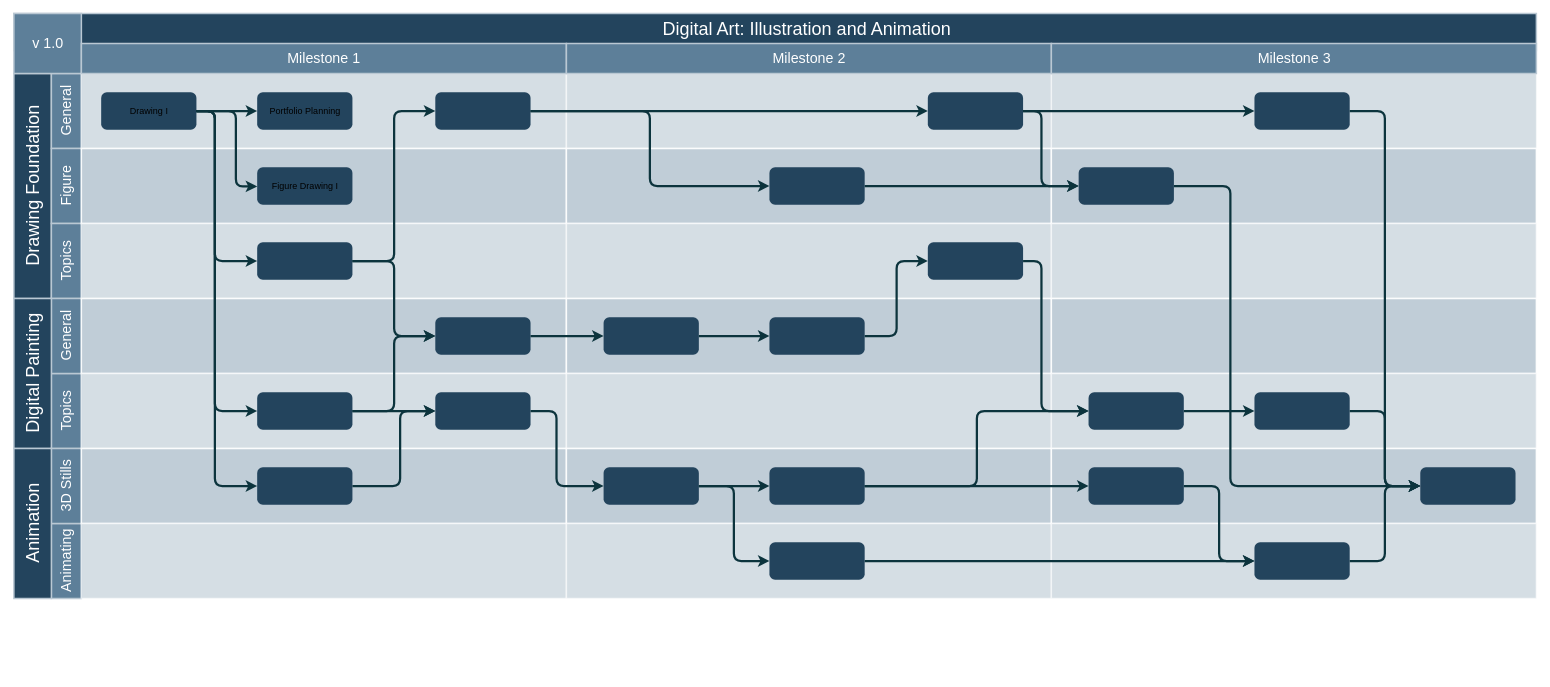
Earlier version of the draw.io diagram studies/Experiment.drawio (MasqueradeOfSilence/MasqueradeOfSilence). Source tidied: cells renumbered, new cells numbered last; positions are measured from the earlier drawing's top-left corner, leaving out a move shared by most shapes. Both pictures are drawn from the tidied source at 75%, with x=0, y=0 at pixel (14, 13).
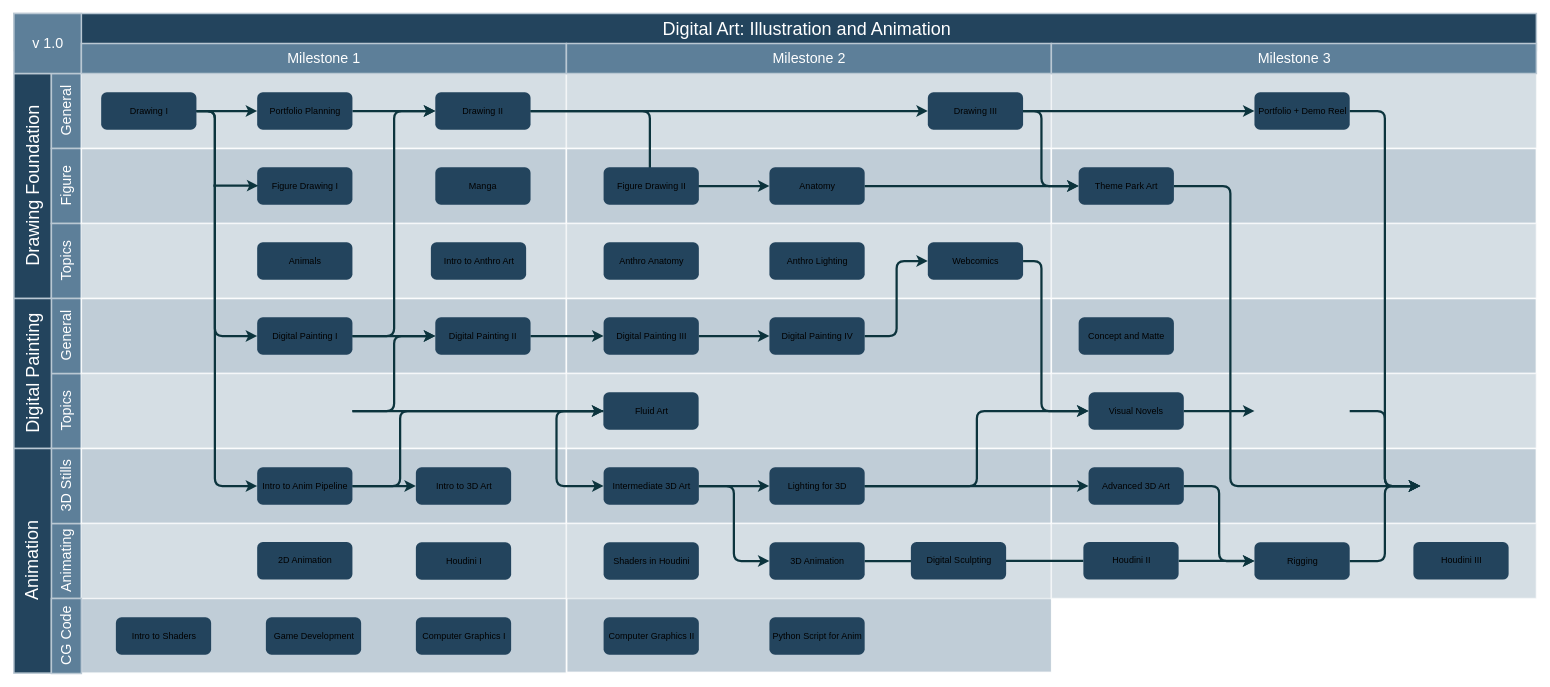
Above is the later version.

Unchanged cells that the change refers to:
```xml
<mxCell id="37" value="Drawing I" style="rounded=1;fillColor=#23445D;strokeColor=none;strokeWidth=2;fontFamily=Helvetica;html=1;gradientColor=none;" parent="1" vertex="1">
  <mxGeometry x="116.4" y="105.5" width="127" height="50" as="geometry" />
</mxCell>
<mxCell id="91" value="Portfolio Planning" style="rounded=1;fillColor=#23445D;strokeColor=none;strokeWidth=2;fontFamily=Helvetica;html=1;gradientColor=none;" parent="1" vertex="1">
  <mxGeometry x="324.4" y="105.5" width="127" height="50" as="geometry" />
</mxCell>
<mxCell id="92" value="Figure Drawing I" style="rounded=1;fillColor=#23445D;strokeColor=none;strokeWidth=2;fontFamily=Helvetica;html=1;gradientColor=none;" parent="1" vertex="1">
  <mxGeometry x="324.4" y="205.5" width="127" height="50" as="geometry" />
</mxCell>
```

Diff of the diagram source:
```diff
@@
+    <mxCell id="94" style="strokeColor=#FFFFFF;fillColor=#BAC8D3;fontSize=18;strokeWidth=2;fontFamily=Helvetica;html=1;opacity=90;" parent="1" vertex="1">
+      <mxGeometry x="737" y="779" width="646.7" height="100" as="geometry" />
+    </mxCell>
+    <mxCell id="95" style="strokeColor=#FFFFFF;fillColor=#BAC8D3;fontSize=18;strokeWidth=2;fontFamily=Helvetica;html=1;opacity=90;" parent="1" vertex="1">
+      <mxGeometry x="90" y="780" width="646.7" height="100" as="geometry" />
+    </mxCell>
@@
     <mxCell id="13" value="Animation" style="strokeColor=#BAC8D3;fillColor=#23445D;fontSize=24;strokeWidth=2;horizontal=0;fontFamily=Helvetica;html=1;fontColor=#FFFFFF;fontStyle=0;" parent="1" vertex="1">
-      <mxGeometry y="580.5" width="50" height="200" as="geometry" />
+      <mxGeometry y="580.5" width="50" height="299.5" as="geometry" />
     </mxCell>
@@
     <mxCell id="35" style="edgeStyle=orthogonalEdgeStyle;rounded=1;jumpStyle=none;html=1;exitX=1;exitY=0.5;entryX=0;entryY=0.5;labelBackgroundColor=#ffffff;startArrow=none;startFill=0;endArrow=classic;jettySize=auto;strokeColor=#0C343D;strokeWidth=3;fontFamily=Helvetica;fontSize=11;fontColor=#000000;" parent="1" edge="1" source="37" target="39">
       <mxGeometry relative="1" as="geometry">
         <Array as="points">
-          <mxPoint x="268" y="130.5" />
-          <mxPoint x="268" y="330.5" />
+          <mxPoint x="268" y="131" />
+          <mxPoint x="268" y="431" />
         </Array>
       </mxGeometry>
     </mxCell>
@@
-    <mxCell id="38" style="rounded=1;fillColor=#23445D;strokeColor=none;strokeWidth=2;fontFamily=Helvetica;html=1;gradientColor=none;" parent="1" vertex="1">
+    <mxCell id="38" value="Drawing II" style="rounded=1;fillColor=#23445D;strokeColor=none;strokeWidth=2;fontFamily=Helvetica;html=1;gradientColor=none;" parent="1" vertex="1">
       <mxGeometry x="561.9" y="105.5" width="127" height="50" as="geometry" />
     </mxCell>
-    <mxCell id="39" style="rounded=1;fillColor=#23445D;strokeColor=none;strokeWidth=2;fontFamily=Helvetica;html=1;gradientColor=none;" parent="1" vertex="1">
-      <mxGeometry x="324.4" y="305.5" width="127" height="50" as="geometry" />
+    <mxCell id="39" value="Digital Painting I" style="rounded=1;fillColor=#23445D;strokeColor=none;strokeWidth=2;fontFamily=Helvetica;html=1;gradientColor=none;" parent="1" vertex="1">
+      <mxGeometry x="324.4" y="405.5" width="127" height="50" as="geometry" />
     </mxCell>
-    <mxCell id="40" style="rounded=1;fillColor=#23445D;strokeColor=none;strokeWidth=2;fontFamily=Helvetica;html=1;gradientColor=none;" parent="1" vertex="1">
+    <mxCell id="40" value="Digital Painting II" style="rounded=1;fillColor=#23445D;strokeColor=none;strokeWidth=2;fontFamily=Helvetica;html=1;gradientColor=none;" parent="1" vertex="1">
       <mxGeometry x="561.9" y="405.5" width="127" height="50" as="geometry" />
     </mxCell>
-    <mxCell id="41" style="rounded=1;fillColor=#23445D;strokeColor=none;strokeWidth=2;fontFamily=Helvetica;html=1;gradientColor=none;" parent="1" vertex="1">
-      <mxGeometry x="561.9" y="505.5" width="127" height="50" as="geometry" />
+    <mxCell id="41" value="Fluid Art" style="rounded=1;fillColor=#23445D;strokeColor=none;strokeWidth=2;fontFamily=Helvetica;html=1;gradientColor=none;" parent="1" vertex="1">
+      <mxGeometry x="786" y="505.5" width="127" height="50" as="geometry" />
     </mxCell>
+    <mxCell id="96" style="edgeStyle=orthogonalEdgeStyle;rounded=0;jettySize=auto;html=1;entryX=0;entryY=0.5;entryDx=0;entryDy=0;strokeWidth=3;strokeColor=#0C343D;" parent="1" edge="1" source="42" target="100">
+      <mxGeometry relative="1" as="geometry" />
+    </mxCell>
-    <mxCell id="42" style="rounded=1;fillColor=#23445D;strokeColor=none;strokeWidth=2;fontFamily=Helvetica;html=1;gradientColor=none;" parent="1" vertex="1">
+    <mxCell id="42" value="Intro to Anim Pipeline" style="rounded=1;fillColor=#23445D;strokeColor=none;strokeWidth=2;fontFamily=Helvetica;html=1;gradientColor=none;" parent="1" vertex="1">
       <mxGeometry x="324.4" y="605.5" width="127" height="50" as="geometry" />
     </mxCell>
-    <mxCell id="43" style="rounded=1;fillColor=#23445D;strokeColor=none;strokeWidth=2;fontFamily=Helvetica;html=1;gradientColor=none;" parent="1" vertex="1">
-      <mxGeometry x="324.4" y="505.5" width="127" height="50" as="geometry" />
-    </mxCell>
-    <mxCell id="44" style="rounded=1;fillColor=#23445D;strokeColor=none;strokeWidth=2;fontFamily=Helvetica;html=1;gradientColor=none;" parent="1" vertex="1">
+    <mxCell id="44" value="Anatomy" style="rounded=1;fillColor=#23445D;strokeColor=none;strokeWidth=2;fontFamily=Helvetica;html=1;gradientColor=none;" parent="1" vertex="1">
       <mxGeometry x="1007.4" y="205.5" width="127" height="50" as="geometry" />
     </mxCell>
-    <mxCell id="45" style="rounded=1;fillColor=#23445D;strokeColor=none;strokeWidth=2;fontFamily=Helvetica;html=1;gradientColor=none;" parent="1" vertex="1">
+    <mxCell id="45" value="Drawing III" style="rounded=1;fillColor=#23445D;strokeColor=none;strokeWidth=2;fontFamily=Helvetica;html=1;gradientColor=none;" parent="1" vertex="1">
       <mxGeometry x="1218.6" y="105.5" width="127" height="50" as="geometry" />
     </mxCell>
-    <mxCell id="46" style="rounded=1;fillColor=#23445D;strokeColor=none;strokeWidth=2;gradientColor=none;fontFamily=Helvetica;html=1;" parent="1" vertex="1">
-      <mxGeometry x="1875.2" y="605.5" width="127" height="50" as="geometry" />
-    </mxCell>
-    <mxCell id="47" style="rounded=1;fillColor=#23445D;strokeColor=none;strokeWidth=2;fontFamily=Helvetica;html=1;gradientColor=none;" parent="1" vertex="1">
+    <mxCell id="47" value="Digital Painting IV" style="rounded=1;fillColor=#23445D;strokeColor=none;strokeWidth=2;fontFamily=Helvetica;html=1;gradientColor=none;" parent="1" vertex="1">
       <mxGeometry x="1007.4" y="405.5" width="127" height="50" as="geometry" />
     </mxCell>
-    <mxCell id="48" style="rounded=1;fillColor=#23445D;strokeColor=none;strokeWidth=2;fontFamily=Helvetica;html=1;gradientColor=none;" parent="1" vertex="1">
+    <mxCell id="48" value="3D Animation" style="rounded=1;fillColor=#23445D;strokeColor=none;strokeWidth=2;fontFamily=Helvetica;html=1;gradientColor=none;" parent="1" vertex="1">
       <mxGeometry x="1007.4" y="705.5" width="127" height="50" as="geometry" />
     </mxCell>
-    <mxCell id="49" style="rounded=1;fillColor=#23445D;strokeColor=none;strokeWidth=2;fontFamily=Helvetica;html=1;gradientColor=none;" parent="1" vertex="1">
+    <mxCell id="49" value="Intermediate 3D Art" style="rounded=1;fillColor=#23445D;strokeColor=none;strokeWidth=2;fontFamily=Helvetica;html=1;gradientColor=none;" parent="1" vertex="1">
       <mxGeometry x="786.3" y="605.5" width="127" height="50" as="geometry" />
     </mxCell>
-    <mxCell id="50" style="rounded=1;fillColor=#23445D;strokeColor=none;strokeWidth=2;fontFamily=Helvetica;html=1;gradientColor=none;" parent="1" vertex="1">
+    <mxCell id="50" value="Lighting for 3D" style="rounded=1;fillColor=#23445D;strokeColor=none;strokeWidth=2;fontFamily=Helvetica;html=1;gradientColor=none;" parent="1" vertex="1">
       <mxGeometry x="1007.4" y="605.5" width="127" height="50" as="geometry" />
     </mxCell>
-    <mxCell id="51" style="rounded=1;fillColor=#23445D;strokeColor=none;strokeWidth=2;fontFamily=Helvetica;html=1;gradientColor=none;" parent="1" vertex="1">
+    <mxCell id="51" value="Digital Painting III" style="rounded=1;fillColor=#23445D;strokeColor=none;strokeWidth=2;fontFamily=Helvetica;html=1;gradientColor=none;" parent="1" vertex="1">
       <mxGeometry x="786.3" y="405.5" width="127" height="50" as="geometry" />
     </mxCell>
-    <mxCell id="52" style="rounded=1;fillColor=#23445D;strokeColor=none;strokeWidth=2;fontFamily=Helvetica;html=1;gradientColor=none;" parent="1" vertex="1">
+    <mxCell id="52" value="Webcomics" style="rounded=1;fillColor=#23445D;strokeColor=none;strokeWidth=2;fontFamily=Helvetica;html=1;gradientColor=none;" parent="1" vertex="1">
       <mxGeometry x="1218.6" y="305.5" width="127" height="50" as="geometry" />
     </mxCell>
-    <mxCell id="53" style="rounded=1;fillColor=#23445D;strokeColor=none;strokeWidth=2;gradientColor=none;fontFamily=Helvetica;html=1;" parent="1" vertex="1">
+    <mxCell id="53" value="Visual Novels" style="rounded=1;fillColor=#23445D;strokeColor=none;strokeWidth=2;gradientColor=none;fontFamily=Helvetica;html=1;" parent="1" vertex="1">
       <mxGeometry x="1432.9" y="505.5" width="127" height="50" as="geometry" />
     </mxCell>
-    <mxCell id="54" style="rounded=1;fillColor=#23445D;strokeColor=none;strokeWidth=2;gradientColor=none;fontFamily=Helvetica;html=1;" parent="1" vertex="1">
-      <mxGeometry x="1654.1" y="505.5" width="127" height="50" as="geometry" />
-    </mxCell>
-    <mxCell id="55" style="rounded=1;fillColor=#23445D;strokeColor=none;strokeWidth=2;gradientColor=none;fontFamily=Helvetica;html=1;" parent="1" vertex="1">
+    <mxCell id="55" value="Theme Park Art" style="rounded=1;fillColor=#23445D;strokeColor=none;strokeWidth=2;gradientColor=none;fontFamily=Helvetica;html=1;" parent="1" vertex="1">
       <mxGeometry x="1419.7" y="205.5" width="127" height="50" as="geometry" />
     </mxCell>
-    <mxCell id="56" style="rounded=1;fillColor=#23445D;strokeColor=none;strokeWidth=2;gradientColor=none;fontFamily=Helvetica;html=1;" parent="1" vertex="1">
+    <mxCell id="56" value="Advanced 3D Art" style="rounded=1;fillColor=#23445D;strokeColor=none;strokeWidth=2;gradientColor=none;fontFamily=Helvetica;html=1;" parent="1" vertex="1">
       <mxGeometry x="1432.9" y="605.5" width="127" height="50" as="geometry" />
     </mxCell>
-    <mxCell id="57" style="rounded=1;fillColor=#23445D;strokeColor=none;strokeWidth=2;gradientColor=none;fontFamily=Helvetica;html=1;" parent="1" vertex="1">
+    <mxCell id="57" value="Rigging" style="rounded=1;fillColor=#23445D;strokeColor=none;strokeWidth=2;gradientColor=none;fontFamily=Helvetica;html=1;" parent="1" vertex="1">
       <mxGeometry x="1654.1" y="705.5" width="127" height="50" as="geometry" />
     </mxCell>
-    <mxCell id="58" style="rounded=1;fillColor=#23445D;strokeColor=none;strokeWidth=2;gradientColor=none;fontFamily=Helvetica;html=1;" parent="1" vertex="1">
+    <mxCell id="58" value="Portfolio + Demo Reel" style="rounded=1;fillColor=#23445D;strokeColor=none;strokeWidth=2;gradientColor=none;fontFamily=Helvetica;html=1;" parent="1" vertex="1">
       <mxGeometry x="1654.1" y="105.5" width="127" height="50" as="geometry" />
     </mxCell>
-    <mxCell id="59" style="edgeStyle=elbowEdgeStyle;elbow=horizontal;strokeWidth=3;strokeColor=#0C343D;fontFamily=Helvetica;html=1;" parent="1" edge="1" source="37" target="43">
-      <mxGeometry x="6.4" y="830.5" as="geometry">
-        <Array as="points">
-          <mxPoint x="268" y="343.5" />
-        </Array>
-      </mxGeometry>
-    </mxCell>
@@
-    <mxCell id="63" style="edgeStyle=elbowEdgeStyle;elbow=horizontal;strokeWidth=3;strokeColor=#0C343D;fontFamily=Helvetica;html=1;" parent="1" edge="1" source="43" target="40">
-      <mxGeometry x="6.4" y="830.5" as="geometry" />
+    <mxCell id="63" style="edgeStyle=elbowEdgeStyle;elbow=horizontal;strokeWidth=3;strokeColor=#0C343D;fontFamily=Helvetica;html=1;" parent="1" edge="1" target="40">
+      <mxGeometry x="6.4" y="830.5" as="geometry">
+        <mxPoint x="451.4" y="530.5" as="sourcePoint" />
+      </mxGeometry>
     </mxCell>
-    <mxCell id="64" style="edgeStyle=elbowEdgeStyle;elbow=horizontal;strokeWidth=3;strokeColor=#0C343D;fontFamily=Helvetica;html=1;" parent="1" edge="1" source="43" target="41">
-      <mxGeometry x="6.4" y="830.5" as="geometry" />
+    <mxCell id="64" style="edgeStyle=elbowEdgeStyle;elbow=horizontal;strokeWidth=3;strokeColor=#0C343D;fontFamily=Helvetica;html=1;" parent="1" edge="1" target="41">
+      <mxGeometry x="6.4" y="830.5" as="geometry">
+        <mxPoint x="451.4" y="530.5" as="sourcePoint" />
+      </mxGeometry>
     </mxCell>
@@
-    <mxCell id="73" style="edgeStyle=elbowEdgeStyle;elbow=horizontal;strokeWidth=3;strokeColor=#0C343D;fontFamily=Helvetica;html=1;" parent="1" edge="1" source="48" target="57">
+    <mxCell id="73" style="edgeStyle=elbowEdgeStyle;elbow=horizontal;strokeWidth=3;strokeColor=#0C343D;fontFamily=Helvetica;html=1;startArrow=none;" parent="1" edge="1" source="116" target="57">
       <mxGeometry x="6.4" y="830.5" as="geometry" />
     </mxCell>
-    <mxCell id="74" style="edgeStyle=elbowEdgeStyle;elbow=horizontal;strokeWidth=3;strokeColor=#0C343D;fontFamily=Helvetica;html=1;" parent="1" edge="1" source="57" target="46">
-      <mxGeometry x="6.4" y="830.5" as="geometry" />
+    <mxCell id="74" style="edgeStyle=elbowEdgeStyle;elbow=horizontal;strokeWidth=3;strokeColor=#0C343D;fontFamily=Helvetica;html=1;" parent="1" edge="1" source="57">
+      <mxGeometry x="6.4" y="830.5" as="geometry">
+        <mxPoint x="1875.2" y="630.5" as="targetPoint" />
+      </mxGeometry>
     </mxCell>
-    <mxCell id="75" style="edgeStyle=elbowEdgeStyle;elbow=horizontal;strokeWidth=3;strokeColor=#0C343D;fontFamily=Helvetica;html=1;" parent="1" edge="1" source="55" target="46">
+    <mxCell id="75" style="edgeStyle=elbowEdgeStyle;elbow=horizontal;strokeWidth=3;strokeColor=#0C343D;fontFamily=Helvetica;html=1;" parent="1" edge="1" source="55">
       <mxGeometry x="6.4" y="830.5" as="geometry">
+        <mxPoint x="1875.2" y="630.5" as="targetPoint" />
         <Array as="points">
           <mxPoint x="1622" y="430.5" />
         </Array>
       </mxGeometry>
     </mxCell>
@@
-    <mxCell id="83" style="edgeStyle=elbowEdgeStyle;elbow=horizontal;strokeWidth=3;strokeColor=#0C343D;fontFamily=Helvetica;html=1;" parent="1" edge="1" source="58" target="46">
-      <mxGeometry x="6.4" y="830.5" as="geometry" />
+    <mxCell id="83" style="edgeStyle=elbowEdgeStyle;elbow=horizontal;strokeWidth=3;strokeColor=#0C343D;fontFamily=Helvetica;html=1;" parent="1" edge="1" source="58">
+      <mxGeometry x="6.4" y="830.5" as="geometry">
+        <mxPoint x="1875.2" y="630.5" as="targetPoint" />
+      </mxGeometry>
     </mxCell>
-    <mxCell id="84" style="edgeStyle=elbowEdgeStyle;elbow=horizontal;strokeWidth=3;strokeColor=#0C343D;fontFamily=Helvetica;html=1;" parent="1" edge="1" source="54" target="46">
-      <mxGeometry x="6.4" y="830.5" as="geometry" />
+    <mxCell id="84" style="edgeStyle=elbowEdgeStyle;elbow=horizontal;strokeWidth=3;strokeColor=#0C343D;fontFamily=Helvetica;html=1;" parent="1" edge="1">
+      <mxGeometry x="6.4" y="830.5" as="geometry">
+        <mxPoint x="1781.1" y="530.5" as="sourcePoint" />
+        <mxPoint x="1875.2" y="630.5" as="targetPoint" />
+      </mxGeometry>
     </mxCell>
-    <mxCell id="85" style="edgeStyle=elbowEdgeStyle;elbow=horizontal;strokeWidth=3;strokeColor=#0C343D;fontFamily=Helvetica;html=1;" parent="1" edge="1" source="53" target="54">
-      <mxGeometry x="6.4" y="830.5" as="geometry" />
+    <mxCell id="85" style="edgeStyle=elbowEdgeStyle;elbow=horizontal;strokeWidth=3;strokeColor=#0C343D;fontFamily=Helvetica;html=1;" parent="1" edge="1" source="53">
+      <mxGeometry x="6.4" y="830.5" as="geometry">
+        <mxPoint x="1654.1" y="530.5" as="targetPoint" />
+      </mxGeometry>
     </mxCell>
@@
+    <mxCell id="97" style="edgeStyle=orthogonalEdgeStyle;rounded=0;jettySize=auto;html=1;strokeWidth=3;strokeColor=#0C343D;" parent="1" edge="1" source="91" target="38">
+      <mxGeometry relative="1" as="geometry" />
+    </mxCell>
@@
-    <mxCell id="93" style="edgeStyle=orthogonalEdgeStyle;rounded=1;jettySize=auto;html=1;strokeWidth=3;strokeColor=#0C343D;" parent="1" edge="1" source="37" target="92">
-      <mxGeometry relative="1" as="geometry">
-        <Array as="points">
-          <mxPoint x="296" y="131" />
-          <mxPoint x="296" y="231" />
-        </Array>
-      </mxGeometry>
-    </mxCell>
+    <mxCell id="98" style="edgeStyle=orthogonalEdgeStyle;rounded=1;orthogonalLoop=1;jettySize=auto;html=1;strokeWidth=3;strokeColor=#0C343D;" parent="1" edge="1">
+      <mxGeometry relative="1" as="geometry">
+        <mxPoint x="266" y="230" as="sourcePoint" />
+        <mxPoint x="326" y="230" as="targetPoint" />
+      </mxGeometry>
+    </mxCell>
+    <mxCell id="99" value="Intro to Shaders" style="rounded=1;fillColor=#23445D;strokeColor=none;strokeWidth=2;fontFamily=Helvetica;html=1;gradientColor=none;" parent="1" vertex="1">
+      <mxGeometry x="136" y="805.5" width="127" height="50" as="geometry" />
+    </mxCell>
+    <mxCell id="100" value="Intro to 3D Art" style="rounded=1;fillColor=#23445D;strokeColor=none;strokeWidth=2;fontFamily=Helvetica;html=1;gradientColor=none;" parent="1" vertex="1">
+      <mxGeometry x="536" y="605.5" width="127" height="50" as="geometry" />
+    </mxCell>
+    <mxCell id="101" value="Shaders in Houdini" style="rounded=1;fillColor=#23445D;strokeColor=none;strokeWidth=2;fontFamily=Helvetica;html=1;gradientColor=none;" parent="1" vertex="1">
+      <mxGeometry x="786.3" y="705.5" width="127" height="50" as="geometry" />
+    </mxCell>
+    <mxCell id="102" value="Computer Graphics I" style="rounded=1;fillColor=#23445D;strokeColor=none;strokeWidth=2;fontFamily=Helvetica;html=1;gradientColor=none;" parent="1" vertex="1">
+      <mxGeometry x="536" y="805.5" width="127" height="50" as="geometry" />
+    </mxCell>
+    <mxCell id="103" value="Computer Graphics II" style="rounded=1;fillColor=#23445D;strokeColor=none;strokeWidth=2;fontFamily=Helvetica;html=1;gradientColor=none;" parent="1" vertex="1">
+      <mxGeometry x="786.3" y="805.5" width="127" height="50" as="geometry" />
+    </mxCell>
+    <mxCell id="104" value="CG Code" style="strokeColor=#BAC8D3;fillColor=#5d7f99;fontSize=19;strokeWidth=2;horizontal=0;fontFamily=Helvetica;html=1;labelBackgroundColor=none;fontColor=#FFFFFF;" parent="1" vertex="1">
+      <mxGeometry x="50" y="780.5" width="40" height="100" as="geometry" />
+    </mxCell>
+    <mxCell id="105" value="Figure Drawing II" style="rounded=1;fillColor=#23445D;strokeColor=none;strokeWidth=2;fontFamily=Helvetica;html=1;gradientColor=none;" parent="1" vertex="1">
+      <mxGeometry x="786.3" y="205.5" width="127" height="50" as="geometry" />
+    </mxCell>
+    <mxCell id="106" value="Game Development" style="rounded=1;fillColor=#23445D;strokeColor=none;strokeWidth=2;fontFamily=Helvetica;html=1;gradientColor=none;" parent="1" vertex="1">
+      <mxGeometry x="336" y="805.5" width="127" height="50" as="geometry" />
+    </mxCell>
+    <mxCell id="107" value="Animals" style="rounded=1;fillColor=#23445D;strokeColor=none;strokeWidth=2;fontFamily=Helvetica;html=1;gradientColor=none;" parent="1" vertex="1">
+      <mxGeometry x="324.4" y="305.5" width="127" height="50" as="geometry" />
+    </mxCell>
+    <mxCell id="108" value="Intro to Anthro Art" style="rounded=1;fillColor=#23445D;strokeColor=none;strokeWidth=2;fontFamily=Helvetica;html=1;gradientColor=none;" parent="1" vertex="1">
+      <mxGeometry x="556" y="305.5" width="127" height="50" as="geometry" />
+    </mxCell>
+    <mxCell id="109" value="2D Animation" style="rounded=1;fillColor=#23445D;strokeColor=none;strokeWidth=2;fontFamily=Helvetica;html=1;gradientColor=none;" parent="1" vertex="1">
+      <mxGeometry x="324.4" y="705.2" width="127" height="50" as="geometry" />
+    </mxCell>
+    <mxCell id="110" value="Houdini I" style="rounded=1;fillColor=#23445D;strokeColor=none;strokeWidth=2;fontFamily=Helvetica;html=1;gradientColor=none;" parent="1" vertex="1">
+      <mxGeometry x="536" y="705.5" width="127" height="50" as="geometry" />
+    </mxCell>
+    <mxCell id="111" value="Anthro Anatomy" style="rounded=1;fillColor=#23445D;strokeColor=none;strokeWidth=2;fontFamily=Helvetica;html=1;gradientColor=none;" parent="1" vertex="1">
+      <mxGeometry x="786.3" y="305.5" width="127" height="50" as="geometry" />
+    </mxCell>
+    <mxCell id="112" value="Anthro Lighting" style="rounded=1;fillColor=#23445D;strokeColor=none;strokeWidth=2;fontFamily=Helvetica;html=1;gradientColor=none;" parent="1" vertex="1">
+      <mxGeometry x="1007.4" y="305.5" width="127" height="50" as="geometry" />
+    </mxCell>
+    <mxCell id="113" value="Concept and Matte" style="rounded=1;fillColor=#23445D;strokeColor=none;strokeWidth=2;fontFamily=Helvetica;html=1;gradientColor=none;" parent="1" vertex="1">
+      <mxGeometry x="1419.7" y="405.5" width="127" height="50" as="geometry" />
+    </mxCell>
+    <mxCell id="114" value="Python Script for Anim" style="rounded=1;fillColor=#23445D;strokeColor=none;strokeWidth=2;fontFamily=Helvetica;html=1;gradientColor=none;" parent="1" vertex="1">
+      <mxGeometry x="1007.4" y="805.5" width="127" height="50" as="geometry" />
+    </mxCell>
+    <mxCell id="115" style="edgeStyle=elbowEdgeStyle;elbow=horizontal;strokeWidth=3;strokeColor=#0C343D;fontFamily=Helvetica;html=1;endArrow=none;" parent="1" edge="1" source="48" target="116">
+      <mxGeometry x="6.4" y="830.5" as="geometry" />
+    </mxCell>
+    <mxCell id="116" value="Houdini II" style="rounded=1;fillColor=#23445D;strokeColor=none;strokeWidth=2;fontFamily=Helvetica;html=1;gradientColor=none;" parent="1" vertex="1">
+      <mxGeometry x="1426" y="705.2" width="127" height="50" as="geometry" />
+    </mxCell>
+    <mxCell id="117" value="Digital Sculpting" style="rounded=1;fillColor=#23445D;strokeColor=none;strokeWidth=2;fontFamily=Helvetica;html=1;gradientColor=none;" parent="1" vertex="1">
+      <mxGeometry x="1196" y="705.2" width="127" height="50" as="geometry" />
+    </mxCell>
+    <mxCell id="118" value="Houdini III" style="rounded=1;fillColor=#23445D;strokeColor=none;strokeWidth=2;gradientColor=none;fontFamily=Helvetica;html=1;" parent="1" vertex="1">
+      <mxGeometry x="1866" y="705.2" width="127" height="50" as="geometry" />
+    </mxCell>
+    <mxCell id="119" value="Manga" style="rounded=1;fillColor=#23445D;strokeColor=none;strokeWidth=2;fontFamily=Helvetica;html=1;gradientColor=none;" parent="1" vertex="1">
+      <mxGeometry x="561.9" y="205.5" width="127" height="50" as="geometry" />
+    </mxCell>
```
